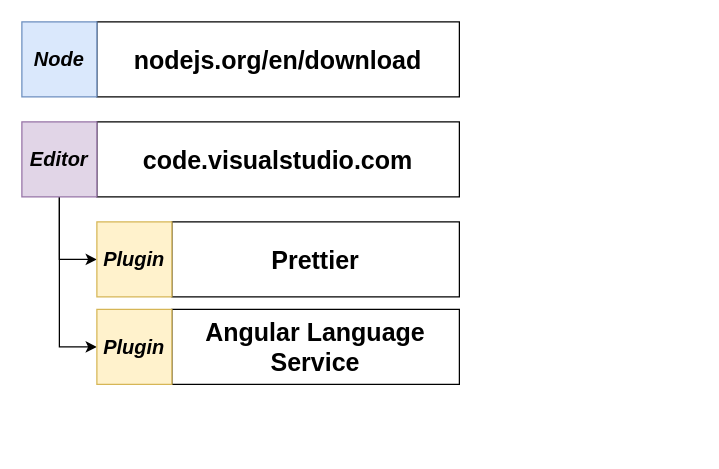
Before: page "04 - setup" (3 of 5) of diagrams/cards/cards.drawio in StephenGrider/ng-casts, a draw.io diagram. Source tidied: cells renumbered, new cells numbered last; positions are measured from the earlier drawing's top-left corner, leaving out a move shared by most shapes. Both pictures are drawn from the tidied source at 125%, with x=0, y=0 at pixel (21, 21).
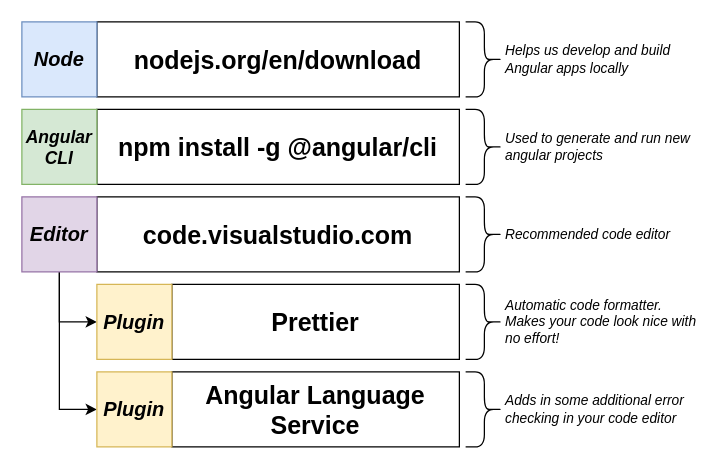
The same page after the edit.

Diff of the diagram source:
```diff
@@
     <mxCell id="2" value="code.visualstudio.com" style="rounded=0;whiteSpace=wrap;html=1;fontSize=20;align=center;fontStyle=1;" parent="1" vertex="1">
-      <mxGeometry x="60" y="80" width="290" height="60" as="geometry" />
+      <mxGeometry x="60" y="140" width="290" height="60" as="geometry" />
     </mxCell>
@@
     <mxCell id="5" value="Editor" style="rounded=0;whiteSpace=wrap;html=1;fontSize=16;align=center;fontStyle=3;fillColor=#e1d5e7;strokeColor=#9673a6;" parent="1" vertex="1">
-      <mxGeometry y="80" width="60" height="60" as="geometry" />
+      <mxGeometry y="140" width="60" height="60" as="geometry" />
     </mxCell>
@@
     <mxCell id="8" value="Prettier" style="rounded=0;whiteSpace=wrap;html=1;fontSize=20;align=center;fontStyle=1;" parent="1" vertex="1">
-      <mxGeometry x="120" y="160" width="230" height="60" as="geometry" />
+      <mxGeometry x="120" y="210" width="230" height="60" as="geometry" />
     </mxCell>
     <mxCell id="9" value="Plugin" style="rounded=0;whiteSpace=wrap;html=1;fontSize=16;align=center;fontStyle=3;fillColor=#fff2cc;strokeColor=#d6b656;" parent="1" vertex="1">
-      <mxGeometry x="60" y="160" width="60" height="60" as="geometry" />
+      <mxGeometry x="60" y="210" width="60" height="60" as="geometry" />
     </mxCell>
     <mxCell id="10" value="Angular Language Service" style="rounded=0;whiteSpace=wrap;html=1;fontSize=20;align=center;fontStyle=1;" parent="1" vertex="1">
-      <mxGeometry x="120" y="230" width="230" height="60" as="geometry" />
+      <mxGeometry x="120" y="280" width="230" height="60" as="geometry" />
     </mxCell>
     <mxCell id="11" value="Plugin" style="rounded=0;whiteSpace=wrap;html=1;fontSize=16;align=center;fontStyle=3;fillColor=#fff2cc;strokeColor=#d6b656;" parent="1" vertex="1">
-      <mxGeometry x="60" y="230" width="60" height="60" as="geometry" />
+      <mxGeometry x="60" y="280" width="60" height="60" as="geometry" />
     </mxCell>
+    <mxCell id="12" value="npm install -g @angular/cli" style="rounded=0;whiteSpace=wrap;html=1;fontSize=20;align=center;fontStyle=1;" parent="1" vertex="1">
+      <mxGeometry x="60" y="70" width="290" height="60" as="geometry" />
+    </mxCell>
+    <mxCell id="13" value="Angular CLI" style="rounded=0;whiteSpace=wrap;html=1;fontSize=14;align=center;fontStyle=3;fillColor=#d5e8d4;strokeColor=#82b366;" parent="1" vertex="1">
+      <mxGeometry y="70" width="60" height="60" as="geometry" />
+    </mxCell>
+    <mxCell id="14" style="shape=curlyBracket;whiteSpace=wrap;html=1;rounded=1;fontSize=18;rotation=-180;" parent="1" vertex="1">
+      <mxGeometry x="355" width="30" height="60" as="geometry" />
+    </mxCell>
+    <mxCell id="15" value="&lt;span style=&quot;font-size: 11px&quot;&gt;Helps us develop and build Angular apps locally&lt;/span&gt;" style="text;html=1;strokeColor=none;fillColor=none;align=left;verticalAlign=middle;whiteSpace=wrap;rounded=0;fontSize=11;fontStyle=2;" parent="1" vertex="1">
+      <mxGeometry x="385" y="10" width="155" height="40" as="geometry" />
+    </mxCell>
+    <mxCell id="16" style="shape=curlyBracket;whiteSpace=wrap;html=1;rounded=1;fontSize=18;rotation=-180;" parent="1" vertex="1">
+      <mxGeometry x="355" y="70" width="30" height="60" as="geometry" />
+    </mxCell>
+    <mxCell id="17" value="Used to generate and run new angular projects" style="text;html=1;strokeColor=none;fillColor=none;align=left;verticalAlign=middle;whiteSpace=wrap;rounded=0;fontSize=11;fontStyle=2;" parent="1" vertex="1">
+      <mxGeometry x="385" y="80" width="155" height="40" as="geometry" />
+    </mxCell>
+    <mxCell id="18" style="shape=curlyBracket;whiteSpace=wrap;html=1;rounded=1;fontSize=18;rotation=-180;" parent="1" vertex="1">
+      <mxGeometry x="355" y="140" width="30" height="60" as="geometry" />
+    </mxCell>
+    <mxCell id="19" value="Recommended code editor" style="text;html=1;strokeColor=none;fillColor=none;align=left;verticalAlign=middle;whiteSpace=wrap;rounded=0;fontSize=11;fontStyle=2;" parent="1" vertex="1">
+      <mxGeometry x="385" y="150" width="155" height="40" as="geometry" />
+    </mxCell>
+    <mxCell id="20" style="shape=curlyBracket;whiteSpace=wrap;html=1;rounded=1;fontSize=18;rotation=-180;" parent="1" vertex="1">
+      <mxGeometry x="355" y="210" width="30" height="60" as="geometry" />
+    </mxCell>
+    <mxCell id="21" value="Automatic code formatter.&amp;nbsp; Makes your code look nice with no effort!" style="text;html=1;strokeColor=none;fillColor=none;align=left;verticalAlign=middle;whiteSpace=wrap;rounded=0;fontSize=11;fontStyle=2;" parent="1" vertex="1">
+      <mxGeometry x="385" y="220" width="155" height="40" as="geometry" />
+    </mxCell>
+    <mxCell id="22" style="shape=curlyBracket;whiteSpace=wrap;html=1;rounded=1;fontSize=18;rotation=-180;" parent="1" vertex="1">
+      <mxGeometry x="355" y="280" width="30" height="60" as="geometry" />
+    </mxCell>
+    <mxCell id="23" value="Adds in some additional error checking in your code editor" style="text;html=1;strokeColor=none;fillColor=none;align=left;verticalAlign=middle;whiteSpace=wrap;rounded=0;fontSize=11;fontStyle=2;" parent="1" vertex="1">
+      <mxGeometry x="385" y="290" width="155" height="40" as="geometry" />
+    </mxCell>
```
